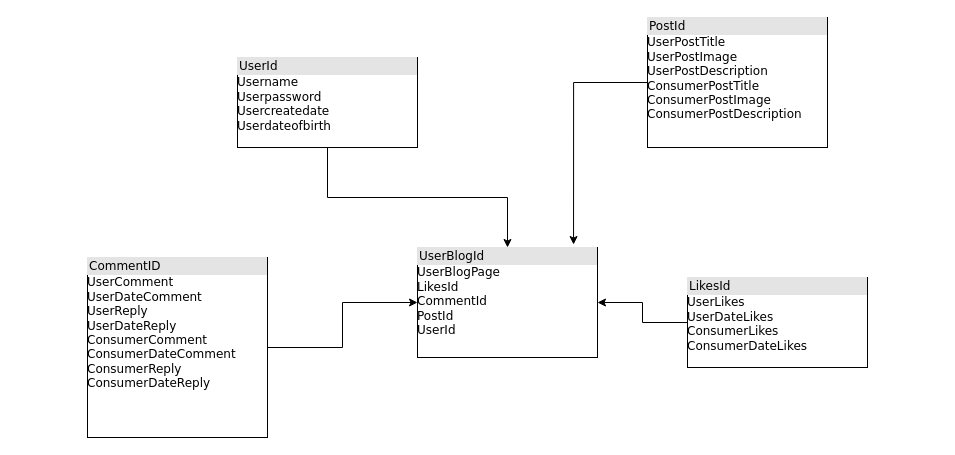
Above: Physical.drawio in AlexanderSeyler/module-8 (draw.io), before the change. Source tidied: cells renumbered, new cells numbered last; positions are measured from the earlier drawing's top-left corner, leaving out a move shared by most shapes. Both pictures are drawn from the tidied source at 100%, with x=0, y=0 at pixel (87, 17).
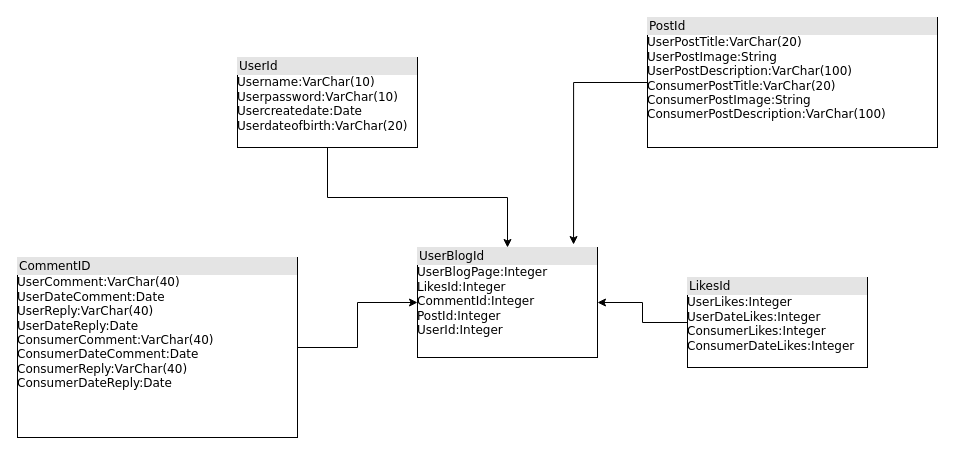
After the change.

Diff of the diagram source:
```diff
@@
 <mxGraphModel>
   <root>
     <mxCell id="0" />
     <mxCell id="1" parent="0" />
     <mxCell id="2" style="edgeStyle=orthogonalEdgeStyle;rounded=0;jettySize=auto;html=1;exitX=0.5;exitY=1;exitDx=0;exitDy=0;" parent="1" edge="1" source="3" target="7">
       <mxGeometry relative="1" as="geometry" />
     </mxCell>
-    <mxCell id="3" value="&lt;div style=&quot;box-sizing:border-box;width:100%;background:#e4e4e4;padding:2px;&quot;&gt;UserId&lt;/div&gt;Username&lt;br&gt;Userpassword&lt;br&gt;Usercreatedate&lt;br&gt;Userdateofbirth" style="verticalAlign=top;align=left;overflow=fill;html=1;rounded=0;shadow=0;comic=0;labelBackgroundColor=none;strokeWidth=1;fontFamily=Verdana;fontSize=12;" parent="1" vertex="1">
+    <mxCell id="3" value="&lt;div style=&quot;box-sizing:border-box;width:100%;background:#e4e4e4;padding:2px;&quot;&gt;UserId&lt;/div&gt;Username:VarChar(10)&lt;br&gt;Userpassword:VarChar(10)&lt;br&gt;Usercreatedate:Date&lt;br&gt;Userdateofbirth:VarChar(20)" style="verticalAlign=top;align=left;overflow=fill;html=1;rounded=0;shadow=0;comic=0;labelBackgroundColor=none;strokeWidth=1;fontFamily=Verdana;fontSize=12;" parent="1" vertex="1">
       <mxGeometry x="150" y="40" width="180" height="90" as="geometry" />
     </mxCell>
-    <mxCell id="4" value="&lt;div style=&quot;box-sizing: border-box ; width: 100% ; background: #e4e4e4 ; padding: 2px&quot;&gt;PostId&lt;/div&gt;UserPostTitle&lt;br&gt;UserPostImage&lt;br&gt;UserPostDescription&lt;br&gt;ConsumerPostTitle&lt;br&gt;ConsumerPostImage&lt;br&gt;ConsumerPostDescription" style="verticalAlign=top;align=left;overflow=fill;html=1;rounded=0;shadow=0;comic=0;labelBackgroundColor=none;strokeWidth=1;fontFamily=Verdana;fontSize=12;" parent="1" vertex="1">
-      <mxGeometry x="560" width="180" height="130" as="geometry" />
+    <mxCell id="4" value="&lt;div style=&quot;box-sizing: border-box ; width: 100% ; background: #e4e4e4 ; padding: 2px&quot;&gt;PostId&lt;/div&gt;UserPostTitle:VarChar(20)&lt;br&gt;UserPostImage:String&lt;br&gt;UserPostDescription:VarChar(100)&lt;br&gt;ConsumerPostTitle:VarChar(20)&lt;br&gt;ConsumerPostImage:String&lt;br&gt;ConsumerPostDescription:VarChar(100)" style="verticalAlign=top;align=left;overflow=fill;html=1;rounded=0;shadow=0;comic=0;labelBackgroundColor=none;strokeWidth=1;fontFamily=Verdana;fontSize=12;" parent="1" vertex="1">
+      <mxGeometry x="560" width="290" height="130" as="geometry" />
     </mxCell>
     <mxCell id="5" style="edgeStyle=orthogonalEdgeStyle;rounded=0;jettySize=auto;html=1;exitX=1;exitY=0.5;exitDx=0;exitDy=0;entryX=0;entryY=0.5;entryDx=0;entryDy=0;" parent="1" edge="1" source="6" target="7">
       <mxGeometry relative="1" as="geometry" />
     </mxCell>
-    <mxCell id="6" value="&lt;div style=&quot;box-sizing:border-box;width:100%;background:#e4e4e4;padding:2px;&quot;&gt;CommentID&lt;/div&gt;UserComment&lt;br&gt;UserDateComment&lt;br&gt;UserReply&lt;br&gt;UserDateReply&lt;br&gt;ConsumerComment&lt;br&gt;ConsumerDateComment&lt;br&gt;ConsumerReply&lt;br&gt;ConsumerDateReply" style="verticalAlign=top;align=left;overflow=fill;html=1;rounded=0;shadow=0;comic=0;labelBackgroundColor=none;strokeWidth=1;fontFamily=Verdana;fontSize=12;" parent="1" vertex="1">
-      <mxGeometry y="240" width="180" height="180" as="geometry" />
+    <mxCell id="6" value="&lt;div style=&quot;box-sizing:border-box;width:100%;background:#e4e4e4;padding:2px;&quot;&gt;CommentID&lt;/div&gt;UserComment:VarChar(40)&lt;br&gt;UserDateComment:Date&lt;br&gt;UserReply:VarChar(40)&lt;br&gt;UserDateReply:Date&lt;br&gt;ConsumerComment:VarChar(40)&lt;br&gt;ConsumerDateComment:Date&lt;br&gt;ConsumerReply:VarChar(40)&lt;br&gt;ConsumerDateReply:Date" style="verticalAlign=top;align=left;overflow=fill;html=1;rounded=0;shadow=0;comic=0;labelBackgroundColor=none;strokeWidth=1;fontFamily=Verdana;fontSize=12;" parent="1" vertex="1">
+      <mxGeometry x="-70" y="240" width="280" height="180" as="geometry" />
     </mxCell>
-    <mxCell id="7" value="&lt;div style=&quot;box-sizing: border-box ; width: 100% ; background: #e4e4e4 ; padding: 2px&quot;&gt;UserBlogId&lt;/div&gt;UserBlogPage&lt;br&gt;LikesId&lt;br&gt;CommentId&lt;br&gt;PostId&lt;br&gt;UserId" style="verticalAlign=top;align=left;overflow=fill;html=1;rounded=0;shadow=0;comic=0;labelBackgroundColor=none;strokeWidth=1;fontFamily=Verdana;fontSize=12;" parent="1" vertex="1">
+    <mxCell id="7" value="&lt;div style=&quot;box-sizing: border-box ; width: 100% ; background: #e4e4e4 ; padding: 2px&quot;&gt;UserBlogId&lt;/div&gt;UserBlogPage:Integer&lt;br&gt;LikesId:Integer&lt;br&gt;CommentId:Integer&lt;br&gt;PostId:Integer&lt;br&gt;UserId:Integer" style="verticalAlign=top;align=left;overflow=fill;html=1;rounded=0;shadow=0;comic=0;labelBackgroundColor=none;strokeWidth=1;fontFamily=Verdana;fontSize=12;" parent="1" vertex="1">
       <mxGeometry x="330" y="230" width="180" height="110" as="geometry" />
     </mxCell>
     <mxCell id="8" style="edgeStyle=orthogonalEdgeStyle;rounded=0;jettySize=auto;html=1;" parent="1" edge="1" source="9" target="7">
       <mxGeometry relative="1" as="geometry" />
     </mxCell>
-    <mxCell id="9" value="&lt;div style=&quot;box-sizing:border-box;width:100%;background:#e4e4e4;padding:2px;&quot;&gt;LikesId&lt;/div&gt;UserLikes&lt;br&gt;UserDateLikes&lt;br&gt;ConsumerLikes&lt;br&gt;ConsumerDateLikes" style="verticalAlign=top;align=left;overflow=fill;html=1;rounded=0;shadow=0;comic=0;labelBackgroundColor=none;strokeWidth=1;fontFamily=Verdana;fontSize=12;" parent="1" vertex="1">
+    <mxCell id="9" value="&lt;div style=&quot;box-sizing:border-box;width:100%;background:#e4e4e4;padding:2px;&quot;&gt;LikesId&lt;/div&gt;UserLikes:Integer&lt;br&gt;UserDateLikes:Integer&lt;br&gt;ConsumerLikes:Integer&lt;br&gt;ConsumerDateLikes:Integer" style="verticalAlign=top;align=left;overflow=fill;html=1;rounded=0;shadow=0;comic=0;labelBackgroundColor=none;strokeWidth=1;fontFamily=Verdana;fontSize=12;" parent="1" vertex="1">
       <mxGeometry x="600" y="260" width="180" height="90" as="geometry" />
     </mxCell>
     <mxCell id="10" style="edgeStyle=orthogonalEdgeStyle;rounded=0;jettySize=auto;html=1;entryX=0.867;entryY=-0.027;entryDx=0;entryDy=0;entryPerimeter=0;" parent="1" edge="1" source="4" target="7">
       <mxGeometry relative="1" as="geometry" />
     </mxCell>
   </root>
 </mxGraphModel>
```
